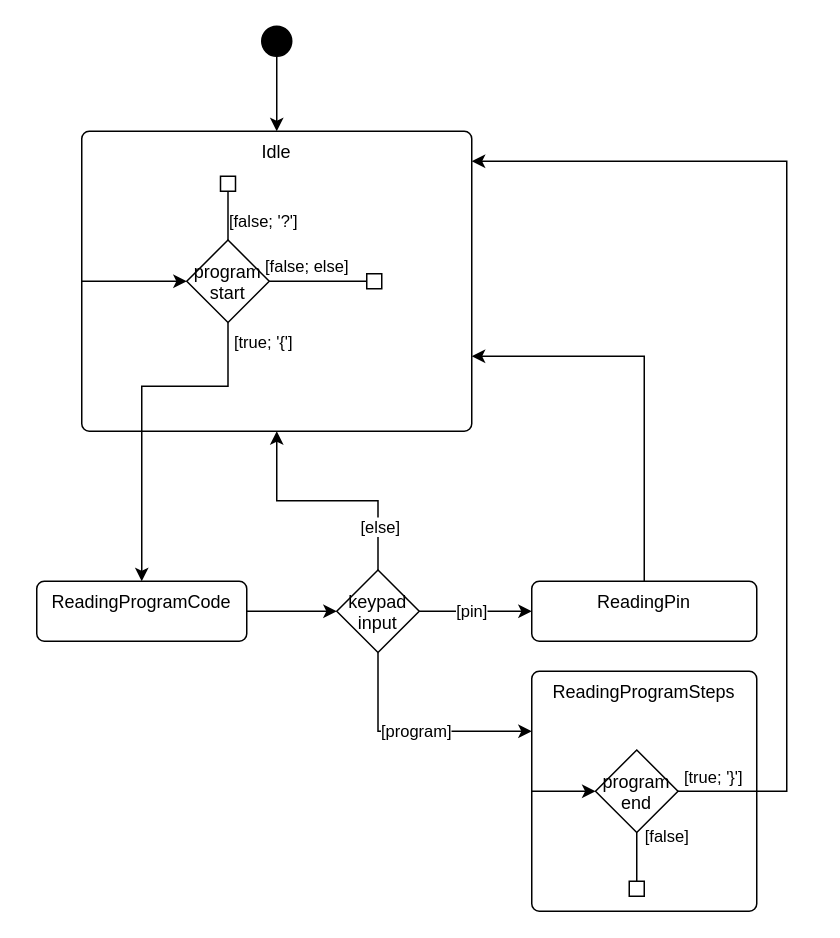
Before: page "TerminalAo state machine" (5 of 5) of Software/Res/SoftwareArchitecture.drawio in mrstefangrimm/Parc, a draw.io diagram. Source tidied: cells renumbered, new cells numbered last; positions are measured from the earlier drawing's top-left corner, leaving out a move shared by most shapes. Both pictures are drawn from the tidied source at 150%, with x=0, y=0 at pixel (36, 26).
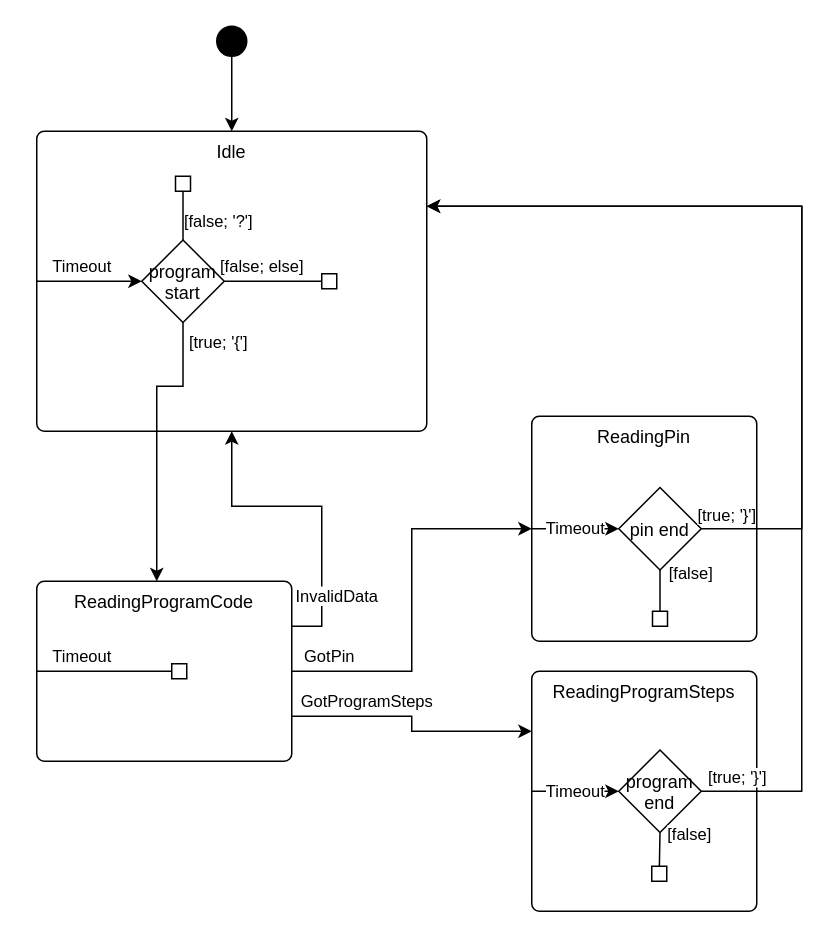
Above is the later version.

The change refers to these unchanged cells:
```xml
<mxCell id="7" value="ReadingProgramSteps" style="html=1;align=center;verticalAlign=top;rounded=1;absoluteArcSize=1;arcSize=10;dashed=0;whiteSpace=wrap;" parent="1" vertex="1">
  <mxGeometry x="330" y="430" width="150" height="160" as="geometry" />
</mxCell>
```

Diff of the diagram source:
```diff
@@
     <mxCell id="2" value="Idle" style="html=1;align=center;verticalAlign=top;rounded=1;absoluteArcSize=1;arcSize=10;dashed=0;whiteSpace=wrap;" parent="1" vertex="1">
-      <mxGeometry x="30" y="70" width="260" height="200" as="geometry" />
+      <mxGeometry y="70" width="260" height="200" as="geometry" />
     </mxCell>
-    <mxCell id="3" style="edgeStyle=orthogonalEdgeStyle;rounded=0;jettySize=auto;html=1;entryX=0.5;entryY=0;entryDx=0;entryDy=0;exitX=0.5;exitY=1;exitDx=0;exitDy=0;" parent="1" edge="1" source="19" target="6">
-      <mxGeometry relative="1" as="geometry">
-        <Array as="points">
-          <mxPoint x="128" y="240" />
-          <mxPoint x="70" y="240" />
-        </Array>
-      </mxGeometry>
-    </mxCell>
-    <mxCell id="4" value="[true; '{']" style="edgeLabel;html=1;align=center;verticalAlign=middle;" parent="3" vertex="1">
-      <mxGeometry x="0.02" y="-1" relative="1" as="geometry">
-        <mxPoint x="81" y="-47" as="offset" />
-      </mxGeometry>
-    </mxCell>
-    <mxCell id="5" style="edgeStyle=orthogonalEdgeStyle;rounded=0;jettySize=auto;html=1;entryX=0;entryY=0.5;entryDx=0;entryDy=0;" parent="1" edge="1" source="6" target="16">
-      <mxGeometry relative="1" as="geometry" />
-    </mxCell>
     <mxCell id="6" value="ReadingProgramCode" style="html=1;align=center;verticalAlign=top;rounded=1;absoluteArcSize=1;arcSize=10;dashed=0;whiteSpace=wrap;" parent="1" vertex="1">
-      <mxGeometry y="370" width="140" height="40" as="geometry" />
+      <mxGeometry y="370" width="170" height="120" as="geometry" />
     </mxCell>
@@
-    <mxCell id="8" style="edgeStyle=orthogonalEdgeStyle;rounded=0;jettySize=auto;html=1;entryX=1;entryY=0.75;entryDx=0;entryDy=0;exitX=0.5;exitY=0;exitDx=0;exitDy=0;" parent="1" edge="1" source="9" target="2">
-      <mxGeometry relative="1" as="geometry" />
-    </mxCell>
     <mxCell id="9" value="ReadingPin" style="html=1;align=center;verticalAlign=top;rounded=1;absoluteArcSize=1;arcSize=10;dashed=0;whiteSpace=wrap;" parent="1" vertex="1">
-      <mxGeometry x="330" y="370" width="150" height="40" as="geometry" />
+      <mxGeometry x="330" y="260" width="150" height="150" as="geometry" />
     </mxCell>
@@
     <mxCell id="11" style="ellipse;fillColor=strokeColor;html=1;" parent="1" vertex="1">
-      <mxGeometry x="150" width="20" height="20" as="geometry" />
+      <mxGeometry x="120" width="20" height="20" as="geometry" />
     </mxCell>
-    <mxCell id="12" value="[program]" style="edgeStyle=orthogonalEdgeStyle;rounded=0;jettySize=auto;html=1;exitX=0.5;exitY=1;exitDx=0;exitDy=0;entryX=0;entryY=0.25;entryDx=0;entryDy=0;" parent="1" edge="1" source="16" target="7">
-      <mxGeometry relative="1" as="geometry" />
+    <mxCell id="12" value="GotProgramSteps" style="edgeStyle=orthogonalEdgeStyle;rounded=0;jettySize=auto;html=1;exitX=1;exitY=0.75;exitDx=0;exitDy=0;entryX=0;entryY=0.25;entryDx=0;entryDy=0;" parent="1" edge="1" source="6" target="7">
+      <mxGeometry x="-0.41" y="10" relative="1" as="geometry" />
     </mxCell>
-    <mxCell id="13" style="edgeStyle=orthogonalEdgeStyle;rounded=0;jettySize=auto;html=1;exitX=0.5;exitY=0;exitDx=0;exitDy=0;" parent="1" edge="1" source="16" target="2">
-      <mxGeometry relative="1" as="geometry" />
+    <mxCell id="13" value="InvalidData" style="edgeStyle=orthogonalEdgeStyle;rounded=0;jettySize=auto;html=1;exitX=1;exitY=0.25;exitDx=0;exitDy=0;" parent="1" edge="1" source="6" target="2">
+      <mxGeometry x="-0.62" y="-10" relative="1" as="geometry" />
     </mxCell>
-    <mxCell id="14" value="[else]" style="edgeLabel;html=1;align=center;verticalAlign=middle;" parent="13" vertex="1">
-      <mxGeometry x="-0.64" y="-1" relative="1" as="geometry" />
-    </mxCell>
-    <mxCell id="15" value="[pin]" style="edgeStyle=orthogonalEdgeStyle;rounded=0;jettySize=auto;html=1;exitX=1;exitY=0.5;exitDx=0;exitDy=0;" parent="1" edge="1" source="16" target="9">
-      <mxGeometry x="-0.07" relative="1" as="geometry" />
+    <mxCell id="15" value="GotPin" style="edgeStyle=orthogonalEdgeStyle;rounded=0;jettySize=auto;html=1;exitX=1;exitY=0.5;exitDx=0;exitDy=0;" parent="1" edge="1" source="6" target="9">
+      <mxGeometry x="-0.8" y="10" relative="1" as="geometry" />
     </mxCell>
-    <mxCell id="16" value="keypad&#10;input" style="rhombus;" parent="1" vertex="1">
-      <mxGeometry x="200" y="362.5" width="55" height="55" as="geometry" />
-    </mxCell>
     <mxCell id="17" style="whiteSpace=wrap;html=1;" parent="1" vertex="1">
-      <mxGeometry x="122.5" y="100" width="10" height="10" as="geometry" />
+      <mxGeometry x="92.5" y="100" width="10" height="10" as="geometry" />
     </mxCell>
@@
     <mxCell id="19" value="program&#10;start" style="rhombus;" parent="1" vertex="1">
-      <mxGeometry x="100" y="142.5" width="55" height="55" as="geometry" />
+      <mxGeometry x="70" y="142.5" width="55" height="55" as="geometry" />
     </mxCell>
-    <mxCell id="20" style="rounded=0;jettySize=auto;html=1;entryX=0;entryY=0.5;entryDx=0;entryDy=0;exitX=0;exitY=0.5;exitDx=0;exitDy=0;" parent="1" edge="1" source="2" target="19">
-      <mxGeometry relative="1" as="geometry" />
+    <mxCell id="20" value="Timeout" style="rounded=0;jettySize=auto;html=1;entryX=0;entryY=0.5;entryDx=0;entryDy=0;exitX=0;exitY=0.5;exitDx=0;exitDy=0;" parent="1" edge="1" source="2" target="19">
+      <mxGeometry x="-0.14" y="10" relative="1" as="geometry" />
     </mxCell>
     <mxCell id="21" style="whiteSpace=wrap;html=1;" parent="1" vertex="1">
-      <mxGeometry x="220" y="165" width="10" height="10" as="geometry" />
+      <mxGeometry x="190" y="165" width="10" height="10" as="geometry" />
     </mxCell>
@@
     <mxCell id="23" value="program&#10;end" style="rhombus;" parent="1" vertex="1">
-      <mxGeometry x="372.5" y="482.5" width="55" height="55" as="geometry" />
+      <mxGeometry x="388" y="482.5" width="55" height="55" as="geometry" />
     </mxCell>
-    <mxCell id="24" style="rounded=0;jettySize=auto;html=1;entryX=0;entryY=0.5;entryDx=0;entryDy=0;exitX=0;exitY=0.5;exitDx=0;exitDy=0;" parent="1" edge="1" source="7" target="23">
+    <mxCell id="24" value="Timeout" style="rounded=0;jettySize=auto;html=1;entryX=0;entryY=0.5;entryDx=0;entryDy=0;exitX=0;exitY=0.5;exitDx=0;exitDy=0;" parent="1" edge="1" source="7" target="23">
       <mxGeometry relative="1" as="geometry" />
     </mxCell>
@@
-    <mxCell id="26" style="endArrow=none;html=1;rounded=0;entryX=0.5;entryY=1;entryDx=0;entryDy=0;" parent="1" edge="1" target="27">
-      <mxGeometry x="0.01" relative="1" as="geometry">
-        <mxPoint x="400" y="570" as="sourcePoint" />
-      </mxGeometry>
-    </mxCell>
     <mxCell id="27" style="whiteSpace=wrap;html=1;" parent="1" vertex="1">
-      <mxGeometry x="395" y="570" width="10" height="10" as="geometry" />
+      <mxGeometry x="410" y="560" width="10" height="10" as="geometry" />
     </mxCell>
-    <mxCell id="28" style="edgeStyle=orthogonalEdgeStyle;rounded=0;jettySize=auto;html=1;entryX=1;entryY=0.25;entryDx=0;entryDy=0;exitX=1;exitY=0.5;exitDx=0;exitDy=0;" parent="1" edge="1" source="23">
-      <mxGeometry relative="1" as="geometry">
-        <mxPoint x="290" y="90" as="targetPoint" />
+    <mxCell id="28" style="edgeStyle=orthogonalEdgeStyle;rounded=0;jettySize=auto;html=1;entryX=1;entryY=0.25;entryDx=0;entryDy=0;exitX=1;exitY=0.5;exitDx=0;exitDy=0;" parent="1" edge="1" source="23" target="2">
+      <mxGeometry x="-0.79" y="-14" relative="1" as="geometry">
         <Array as="points">
-          <mxPoint x="500" y="510" />
-          <mxPoint x="500" y="90" />
+          <mxPoint x="510" y="510" />
+          <mxPoint x="510" y="120" />
         </Array>
+        <mxPoint x="11" y="-4" as="offset" />
       </mxGeometry>
     </mxCell>
@@
+    <mxCell id="30" value="Timeout" style="endArrow=none;html=1;rounded=0;entryX=0;entryY=0.5;entryDx=0;entryDy=0;exitX=0;exitY=0.5;exitDx=0;exitDy=0;" parent="1" edge="1" source="31" target="6">
+      <mxGeometry x="0.33" y="-10" relative="1" as="geometry" />
+    </mxCell>
+    <mxCell id="31" style="whiteSpace=wrap;html=1;" parent="1" vertex="1">
+      <mxGeometry x="90" y="425" width="10" height="10" as="geometry" />
+    </mxCell>
+    <mxCell id="32" value="pin end" style="rhombus;" parent="1" vertex="1">
+      <mxGeometry x="388" y="307.5" width="55" height="55" as="geometry" />
+    </mxCell>
+    <mxCell id="33" value="Timeout" style="rounded=0;jettySize=auto;html=1;entryX=0;entryY=0.5;entryDx=0;entryDy=0;exitX=0;exitY=0.5;exitDx=0;exitDy=0;" parent="1" edge="1" source="9" target="32">
+      <mxGeometry relative="1" as="geometry" />
+    </mxCell>
+    <mxCell id="34" style="whiteSpace=wrap;html=1;" parent="1" vertex="1">
+      <mxGeometry x="410.5" y="390" width="10" height="10" as="geometry" />
+    </mxCell>
+    <mxCell id="35" value="[false]" style="endArrow=none;html=1;rounded=0;entryX=0.5;entryY=1;entryDx=0;entryDy=0;exitX=0.5;exitY=0;exitDx=0;exitDy=0;" parent="1" edge="1" source="34" target="32">
+      <mxGeometry x="0.85" y="-20" relative="1" as="geometry" />
+    </mxCell>
+    <mxCell id="36" style="edgeStyle=orthogonalEdgeStyle;rounded=0;jettySize=auto;html=1;entryX=1;entryY=0.25;entryDx=0;entryDy=0;exitX=1;exitY=0.5;exitDx=0;exitDy=0;" parent="1" edge="1" source="32" target="2">
+      <mxGeometry x="-0.79" y="-14" relative="1" as="geometry">
+        <Array as="points">
+          <mxPoint x="510" y="335" />
+          <mxPoint x="510" y="120" />
+        </Array>
+        <mxPoint x="11" y="-4" as="offset" />
+      </mxGeometry>
+    </mxCell>
+    <mxCell id="37" value="[true; '}']" style="edgeLabel;html=1;align=center;verticalAlign=middle;" parent="36" vertex="1">
+      <mxGeometry x="-0.92" y="1" relative="1" as="geometry">
+        <mxPoint x="-5" y="-9" as="offset" />
+      </mxGeometry>
+    </mxCell>
+    <mxCell id="3" style="edgeStyle=orthogonalEdgeStyle;rounded=0;jettySize=auto;html=1;exitX=0.5;exitY=1;exitDx=0;exitDy=0;" parent="1" edge="1" source="19" target="6">
+      <mxGeometry x="-0.22" y="-10" relative="1" as="geometry">
+        <Array as="points">
+          <mxPoint x="98" y="240" />
+          <mxPoint x="80" y="240" />
+        </Array>
+      </mxGeometry>
+    </mxCell>
+    <mxCell id="4" value="[true; '{']" style="edgeLabel;html=1;align=center;verticalAlign=middle;" parent="3" vertex="1">
+      <mxGeometry x="0.02" y="-1" relative="1" as="geometry">
+        <mxPoint x="41" y="-67" as="offset" />
+      </mxGeometry>
+    </mxCell>
```
